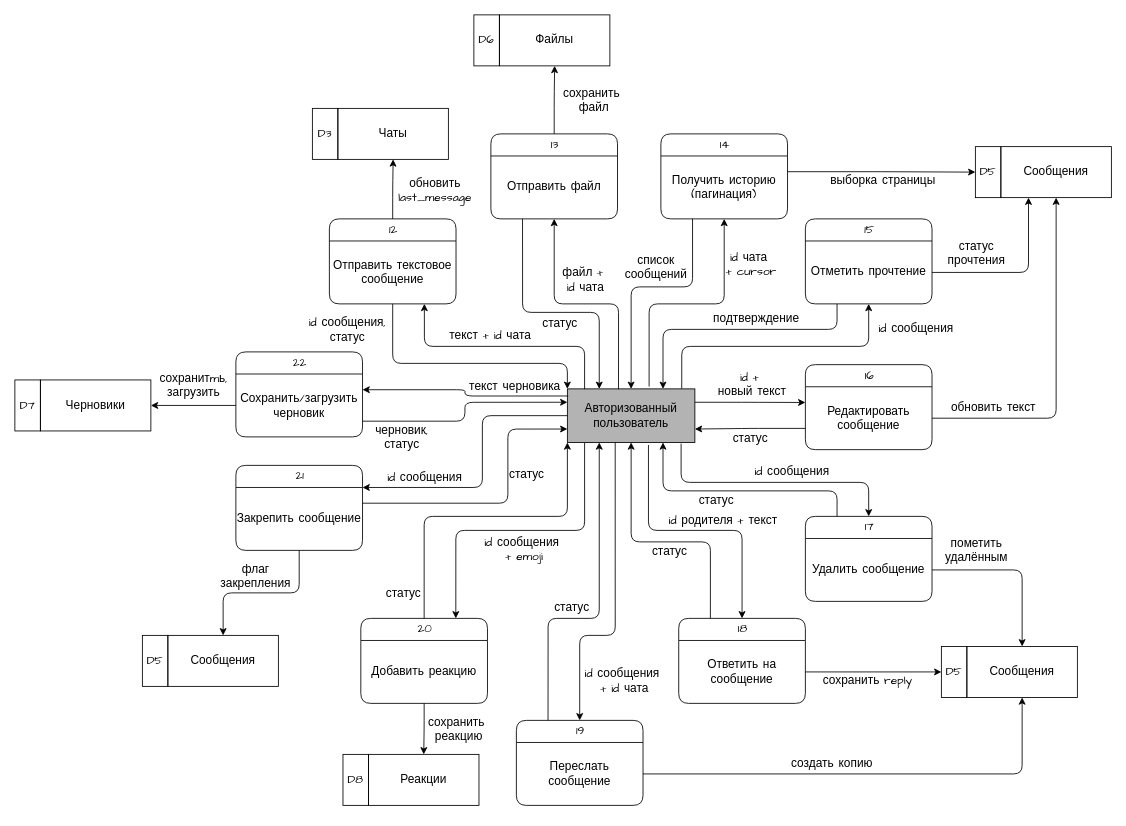
Above: page "DFD 1: обмен сообщениями" (4 of 8) of Практическая работа №1. DFD/Диаграммы DFD.drawio in art2535/project-activity-guap (draw.io), before the change. Source tidied: cells renumbered, new cells numbered last; positions are measured from the earlier drawing's top-left corner, leaving out a move shared by most shapes. Both pictures are drawn from the tidied source at 85%, with x=0, y=0 at pixel (14, 14).
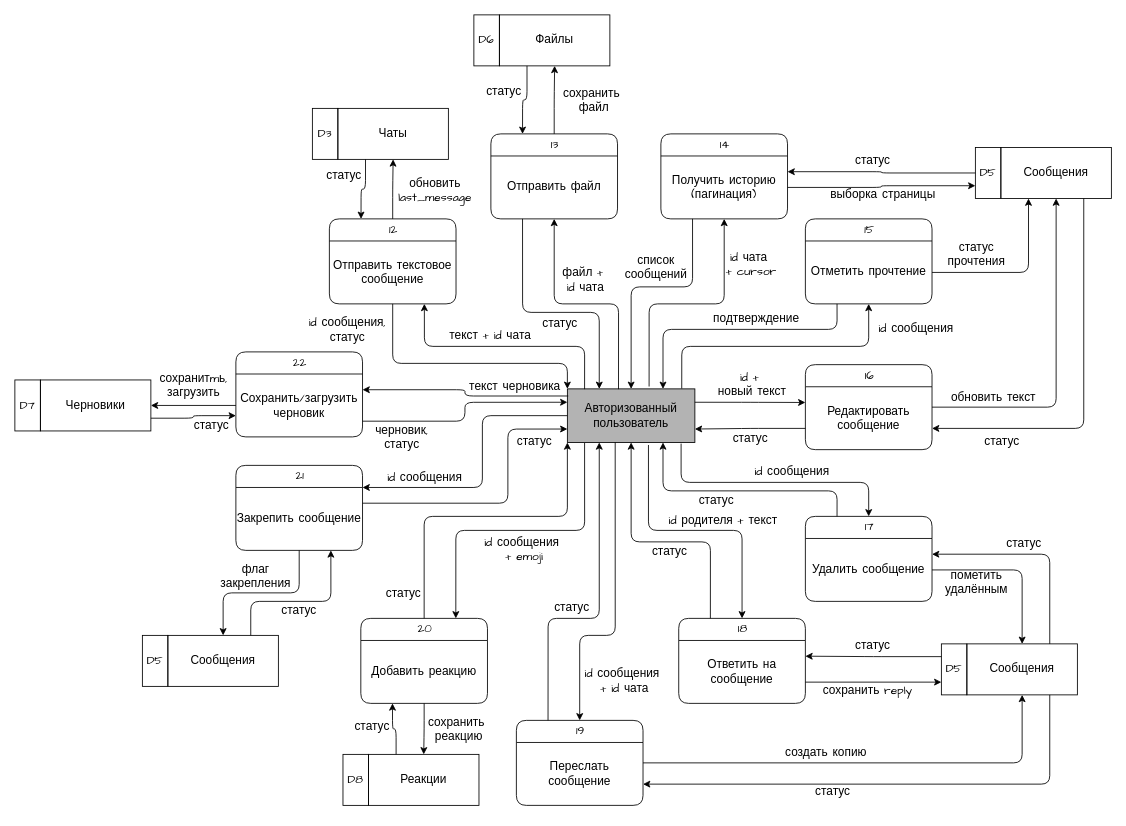
Above is the later version.

Unchanged cells that the change refers to:
```xml
<mxCell id="3" value="Получить историю (пагинация)" style="text;html=1;strokeColor=none;fillColor=none;align=center;verticalAlign=middle;whiteSpace=wrap;rounded=0;shadow=1;glass=0;sketch=0;fontFamily=Comic Sans MS;fontSize=14;" parent="2" vertex="1">
  <mxGeometry y="26" width="149" height="74" as="geometry" />
</mxCell>
<mxCell id="5" value="Удалить сообщение" style="text;html=1;strokeColor=none;fillColor=none;align=center;verticalAlign=middle;whiteSpace=wrap;rounded=0;shadow=1;glass=0;sketch=0;fontFamily=Comic Sans MS;fontSize=14;" parent="4" vertex="1">
  <mxGeometry y="26" width="149" height="74" as="geometry" />
</mxCell>
<mxCell id="6" value="18" style="swimlane;html=1;fontStyle=0;horizontal=1;startSize=26;fillColor=none;swimlaneFillColor=none;align=center;rounded=1;shadow=0;comic=0;labelBackgroundColor=none;strokeWidth=1;fontFamily=Comic Sans MS;fontSize=14;swimlaneLine=1;sketch=0;glass=0;" parent="1" vertex="1">
  <mxGeometry x="781" y="710" width="149" height="100" as="geometry" />
</mxCell>
<mxCell id="7" value="&lt;div style=&quot;&quot;&gt;Ответить на сообщение&lt;/div&gt;" style="text;html=1;strokeColor=none;fillColor=none;align=center;verticalAlign=middle;whiteSpace=wrap;rounded=0;shadow=1;glass=0;sketch=0;fontFamily=Comic Sans MS;fontSize=14;" parent="6" vertex="1">
  <mxGeometry y="26" width="149" height="74" as="geometry" />
</mxCell>
<mxCell id="9" value="Чаты" style="rounded=0;whiteSpace=wrap;html=1;shadow=0;glass=0;sketch=0;strokeWidth=1;fillColor=none;fontFamily=Comic Sans MS;fontSize=14;" parent="8" vertex="1">
  <mxGeometry x="30" width="130" height="60" as="geometry" />
</mxCell>
<mxCell id="11" value="16" style="swimlane;html=1;fontStyle=0;horizontal=1;startSize=26;fillColor=none;swimlaneFillColor=none;align=center;rounded=1;shadow=0;comic=0;labelBackgroundColor=none;strokeWidth=1;fontFamily=Comic Sans MS;fontSize=14;swimlaneLine=1;sketch=0;glass=0;" parent="1" vertex="1">
  <mxGeometry x="930" y="411.5" width="149" height="100" as="geometry" />
</mxCell>
<mxCell id="12" value="&lt;div style=&quot;&quot;&gt;Редактировать сообщение&lt;/div&gt;" style="text;html=1;strokeColor=none;fillColor=none;align=center;verticalAlign=middle;whiteSpace=wrap;rounded=0;shadow=1;glass=0;sketch=0;fontFamily=Comic Sans MS;fontSize=14;" parent="11" vertex="1">
  <mxGeometry y="26" width="149" height="74" as="geometry" />
</mxCell>
<mxCell id="17" value="Сообщения" style="rounded=0;whiteSpace=wrap;html=1;shadow=0;glass=0;sketch=0;strokeWidth=1;fillColor=none;fontFamily=Comic Sans MS;fontSize=14;" parent="16" vertex="1">
  <mxGeometry x="30" width="130" height="60" as="geometry" />
</mxCell>
<mxCell id="18" value="D5" style="rounded=0;whiteSpace=wrap;html=1;shadow=0;glass=0;sketch=0;strokeColor=#000000;strokeWidth=1;fillColor=none;fontFamily=Comic Sans MS;fontSize=14;" parent="16" vertex="1">
  <mxGeometry width="30" height="60" as="geometry" />
</mxCell>
<mxCell id="19" value="13" style="swimlane;html=1;fontStyle=0;horizontal=1;startSize=26;fillColor=none;swimlaneFillColor=none;align=center;rounded=1;shadow=0;comic=0;labelBackgroundColor=none;strokeWidth=1;fontFamily=Comic Sans MS;fontSize=14;swimlaneLine=1;sketch=0;glass=0;" parent="1" vertex="1">
  <mxGeometry x="560" y="140" width="149" height="100" as="geometry" />
</mxCell>
<mxCell id="21" value="12" style="swimlane;html=1;fontStyle=0;horizontal=1;startSize=26;fillColor=none;swimlaneFillColor=none;align=center;rounded=1;shadow=0;comic=0;labelBackgroundColor=none;strokeWidth=1;fontFamily=Comic Sans MS;fontSize=14;swimlaneLine=1;sketch=0;glass=0;" parent="1" vertex="1">
  <mxGeometry x="370" y="240" width="149" height="100" as="geometry" />
</mxCell>
<mxCell id="25" value="19" style="swimlane;html=1;fontStyle=0;horizontal=1;startSize=26;fillColor=none;swimlaneFillColor=none;align=center;rounded=1;shadow=0;comic=0;labelBackgroundColor=none;strokeWidth=1;fontFamily=Comic Sans MS;fontSize=14;swimlaneLine=1;sketch=0;glass=0;" parent="1" vertex="1">
  <mxGeometry x="590" y="830" width="149" height="100" as="geometry" />
</mxCell>
<mxCell id="26" value="&lt;div style=&quot;&quot;&gt;Переслать сообщение&lt;/div&gt;" style="text;html=1;strokeColor=none;fillColor=none;align=center;verticalAlign=middle;whiteSpace=wrap;rounded=0;shadow=1;glass=0;sketch=0;fontFamily=Comic Sans MS;fontSize=14;" parent="25" vertex="1">
  <mxGeometry y="26" width="149" height="74" as="geometry" />
</mxCell>
<mxCell id="27" value="20" style="swimlane;html=1;fontStyle=0;horizontal=1;startSize=26;fillColor=none;swimlaneFillColor=none;align=center;rounded=1;shadow=0;comic=0;labelBackgroundColor=none;strokeWidth=1;fontFamily=Comic Sans MS;fontSize=14;swimlaneLine=1;sketch=0;glass=0;" parent="1" vertex="1">
  <mxGeometry x="407" y="710" width="149" height="100" as="geometry" />
</mxCell>
<mxCell id="30" value="&lt;div style=&quot;&quot;&gt;Закрепить сообщение&lt;/div&gt;" style="text;html=1;strokeColor=none;fillColor=none;align=center;verticalAlign=middle;whiteSpace=wrap;rounded=0;shadow=1;glass=0;sketch=0;fontFamily=Comic Sans MS;fontSize=14;" parent="29" vertex="1">
  <mxGeometry y="26" width="149" height="74" as="geometry" />
</mxCell>
<mxCell id="31" value="22" style="swimlane;html=1;fontStyle=0;horizontal=1;startSize=26;fillColor=none;swimlaneFillColor=none;align=center;rounded=1;shadow=0;comic=0;labelBackgroundColor=none;strokeWidth=1;fontFamily=Comic Sans MS;fontSize=14;swimlaneLine=1;sketch=0;glass=0;" parent="1" vertex="1">
  <mxGeometry x="260" y="396.5" width="149" height="100" as="geometry" />
</mxCell>
<mxCell id="34" value="Файлы" style="rounded=0;whiteSpace=wrap;html=1;shadow=0;glass=0;sketch=0;strokeWidth=1;fillColor=none;fontFamily=Comic Sans MS;fontSize=14;" parent="33" vertex="1">
  <mxGeometry x="30" width="130" height="60" as="geometry" />
</mxCell>
<mxCell id="37" value="Черновики" style="rounded=0;whiteSpace=wrap;html=1;shadow=0;glass=0;sketch=0;strokeWidth=1;fillColor=none;fontFamily=Comic Sans MS;fontSize=14;" parent="36" vertex="1">
  <mxGeometry x="30" width="130" height="60" as="geometry" />
</mxCell>
<mxCell id="40" value="Реакции" style="rounded=0;whiteSpace=wrap;html=1;shadow=0;glass=0;sketch=0;strokeWidth=1;fillColor=none;fontFamily=Comic Sans MS;fontSize=14;" parent="39" vertex="1">
  <mxGeometry x="30" width="130" height="60" as="geometry" />
</mxCell>
<mxCell id="82" style="endArrow=classic;html=1;fontFamily=Comic Sans MS;fontSize=14;edgeStyle=orthogonalEdgeStyle;startArrow=none;startFill=0;endFill=1;exitX=1;exitY=0.25;exitDx=0;exitDy=0;entryX=0;entryY=0.75;entryDx=0;entryDy=0;" parent="1" edge="1" source="30" target="15">
  <mxGeometry relative="1" as="geometry">
    <Array as="points">
      <mxPoint x="580" y="574.5" />
      <mxPoint x="580" y="487.3" />
    </Array>
  </mxGeometry>
</mxCell>
<mxCell id="93" value="Сообщения" style="rounded=0;whiteSpace=wrap;html=1;shadow=0;glass=0;sketch=0;strokeWidth=1;fillColor=none;fontFamily=Comic Sans MS;fontSize=14;" parent="92" vertex="1">
  <mxGeometry x="30" width="130" height="60" as="geometry" />
</mxCell>
<mxCell id="94" value="D5" style="rounded=0;whiteSpace=wrap;html=1;shadow=0;glass=0;sketch=0;strokeColor=#000000;strokeWidth=1;fillColor=none;fontFamily=Comic Sans MS;fontSize=14;" parent="92" vertex="1">
  <mxGeometry width="30" height="60" as="geometry" />
</mxCell>
<mxCell id="96" value="Сообщения" style="rounded=0;whiteSpace=wrap;html=1;shadow=0;glass=0;sketch=0;strokeWidth=1;fillColor=none;fontFamily=Comic Sans MS;fontSize=14;" parent="95" vertex="1">
  <mxGeometry x="30" width="130" height="60" as="geometry" />
</mxCell>
<mxCell id="108" style="endArrow=classic;html=1;fontFamily=Comic Sans MS;fontSize=14;edgeStyle=orthogonalEdgeStyle;startArrow=none;startFill=0;endFill=1;exitX=1;exitY=0.5;exitDx=0;exitDy=0;entryX=0.5;entryY=0;entryDx=0;entryDy=0;" parent="1" edge="1" source="5" target="17">
  <mxGeometry relative="1" as="geometry" />
</mxCell>
```

Change to the diagram source:
```diff
@@
     <mxCell id="16" style="group;shadow=0;fontFamily=Comic Sans MS;fontSize=14;" parent="1" vertex="1">
-      <mxGeometry x="1090" y="743" width="160" height="60" as="geometry" />
+      <mxGeometry x="1090" y="740" width="160" height="60" as="geometry" />
     </mxCell>
@@
     <mxCell id="83" value="статус" style="edgeLabel;html=1;align=center;verticalAlign=middle;fontSize=14;fontFamily=Comic Sans MS;labelBackgroundColor=none;" parent="82" vertex="1">
       <mxGeometry x="0.32" y="-1" relative="1" as="geometry">
-        <mxPoint x="20" y="12" as="offset" />
+        <mxPoint x="29" y="-27" as="offset" />
       </mxGeometry>
     </mxCell>
@@
     <mxCell id="92" style="group;shadow=0;fontFamily=Comic Sans MS;fontSize=14;" parent="1" vertex="1">
-      <mxGeometry x="1130" y="155" width="160" height="60" as="geometry" />
+      <mxGeometry x="1130" y="156" width="160" height="60" as="geometry" />
     </mxCell>
@@
-    <mxCell id="100" style="endArrow=classic;html=1;fontFamily=Comic Sans MS;fontSize=14;edgeStyle=orthogonalEdgeStyle;startArrow=none;startFill=0;endFill=1;exitX=1;exitY=0.25;exitDx=0;exitDy=0;entryX=0;entryY=0.5;entryDx=0;entryDy=0;" parent="1" edge="1" source="3" target="94">
+    <mxCell id="100" style="endArrow=classic;html=1;fontFamily=Comic Sans MS;fontSize=14;edgeStyle=orthogonalEdgeStyle;startArrow=none;startFill=0;endFill=1;exitX=1;exitY=0.5;exitDx=0;exitDy=0;entryX=0;entryY=0.75;entryDx=0;entryDy=0;" parent="1" edge="1" source="3" target="94">
       <mxGeometry relative="1" as="geometry" />
     </mxCell>
@@
-    <mxCell id="104" style="endArrow=classic;html=1;fontFamily=Comic Sans MS;fontSize=14;edgeStyle=orthogonalEdgeStyle;startArrow=none;startFill=0;endFill=1;exitX=1;exitY=0.5;exitDx=0;exitDy=0;entryX=0.5;entryY=1;entryDx=0;entryDy=0;" parent="1" edge="1" source="12" target="93">
+    <mxCell id="104" style="endArrow=classic;html=1;fontFamily=Comic Sans MS;fontSize=14;edgeStyle=orthogonalEdgeStyle;startArrow=none;startFill=0;endFill=1;exitX=1;exitY=0.5;exitDx=0;exitDy=0;entryX=0.5;entryY=1;entryDx=0;entryDy=0;" parent="1" edge="1" source="11" target="93">
       <mxGeometry relative="1" as="geometry" />
     </mxCell>
     <mxCell id="105" value="обновить текст" style="edgeLabel;html=1;align=center;verticalAlign=middle;fontSize=14;fontFamily=Comic Sans MS;labelBackgroundColor=none;" parent="104" vertex="1">
       <mxGeometry x="0.32" y="-1" relative="1" as="geometry">
-        <mxPoint x="-76" y="109" as="offset" />
+        <mxPoint x="-76" y="101" as="offset" />
       </mxGeometry>
     </mxCell>
-    <mxCell id="106" style="endArrow=classic;html=1;fontFamily=Comic Sans MS;fontSize=14;edgeStyle=orthogonalEdgeStyle;startArrow=none;startFill=0;endFill=1;exitX=1;exitY=0.5;exitDx=0;exitDy=0;entryX=0;entryY=0.5;entryDx=0;entryDy=0;" parent="1" edge="1" source="7" target="18">
+    <mxCell id="106" style="endArrow=classic;html=1;fontFamily=Comic Sans MS;fontSize=14;edgeStyle=orthogonalEdgeStyle;startArrow=none;startFill=0;endFill=1;exitX=1;exitY=0.75;exitDx=0;exitDy=0;entryX=0;entryY=0.75;entryDx=0;entryDy=0;" parent="1" edge="1" source="6" target="18">
       <mxGeometry relative="1" as="geometry" />
     </mxCell>
@@
     <mxCell id="109" value="пометить&lt;div&gt;удалённым&lt;/div&gt;" style="edgeLabel;html=1;align=center;verticalAlign=middle;fontSize=14;fontFamily=Comic Sans MS;labelBackgroundColor=none;" parent="108" vertex="1">
       <mxGeometry x="0.32" y="-1" relative="1" as="geometry">
-        <mxPoint x="-54" y="-47" as="offset" />
+        <mxPoint x="-54" y="-7" as="offset" />
       </mxGeometry>
     </mxCell>
-    <mxCell id="110" style="endArrow=classic;html=1;fontFamily=Comic Sans MS;fontSize=14;edgeStyle=orthogonalEdgeStyle;startArrow=none;startFill=0;endFill=1;exitX=1;exitY=0.5;exitDx=0;exitDy=0;entryX=0.5;entryY=1;entryDx=0;entryDy=0;" parent="1" edge="1" source="26" target="17">
+    <mxCell id="110" style="endArrow=classic;html=1;fontFamily=Comic Sans MS;fontSize=14;edgeStyle=orthogonalEdgeStyle;startArrow=none;startFill=0;endFill=1;exitX=1;exitY=0.5;exitDx=0;exitDy=0;entryX=0.5;entryY=1;entryDx=0;entryDy=0;" parent="1" edge="1" source="25" target="17">
       <mxGeometry relative="1" as="geometry" />
     </mxCell>
@@
+    <mxCell id="112" style="endArrow=classic;html=1;fontFamily=Comic Sans MS;fontSize=14;edgeStyle=orthogonalEdgeStyle;startArrow=none;startFill=0;endFill=1;exitX=0.75;exitY=0;exitDx=0;exitDy=0;entryX=1;entryY=0.25;entryDx=0;entryDy=0;" parent="1" edge="1" source="17" target="5">
+      <mxGeometry relative="1" as="geometry" />
+    </mxCell>
+    <mxCell id="113" value="статус" style="edgeLabel;html=1;align=center;verticalAlign=middle;fontSize=14;fontFamily=Comic Sans MS;labelBackgroundColor=none;" parent="112" vertex="1">
+      <mxGeometry x="0.32" y="-1" relative="1" as="geometry">
+        <mxPoint x="24" y="-12" as="offset" />
+      </mxGeometry>
+    </mxCell>
+    <mxCell id="114" style="endArrow=classic;html=1;fontFamily=Comic Sans MS;fontSize=14;edgeStyle=orthogonalEdgeStyle;startArrow=none;startFill=0;endFill=1;exitX=0.75;exitY=1;exitDx=0;exitDy=0;entryX=1;entryY=0.75;entryDx=0;entryDy=0;" parent="1" edge="1" source="17" target="25">
+      <mxGeometry relative="1" as="geometry" />
+    </mxCell>
+    <mxCell id="115" value="статус" style="edgeLabel;html=1;align=center;verticalAlign=middle;fontSize=14;fontFamily=Comic Sans MS;labelBackgroundColor=none;" parent="114" vertex="1">
+      <mxGeometry x="0.32" y="-1" relative="1" as="geometry">
+        <mxPoint x="24" y="9" as="offset" />
+      </mxGeometry>
+    </mxCell>
+    <mxCell id="116" style="endArrow=classic;html=1;fontFamily=Comic Sans MS;fontSize=14;edgeStyle=orthogonalEdgeStyle;startArrow=none;startFill=0;endFill=1;exitX=0.25;exitY=0;exitDx=0;exitDy=0;entryX=0.25;entryY=1;entryDx=0;entryDy=0;" parent="1" edge="1" source="40" target="27">
+      <mxGeometry relative="1" as="geometry" />
+    </mxCell>
+    <mxCell id="117" value="статус" style="edgeLabel;html=1;align=center;verticalAlign=middle;fontSize=14;fontFamily=Comic Sans MS;labelBackgroundColor=none;" parent="116" vertex="1">
+      <mxGeometry x="0.32" y="-1" relative="1" as="geometry">
+        <mxPoint x="-26" y="5" as="offset" />
+      </mxGeometry>
+    </mxCell>
+    <mxCell id="118" style="endArrow=classic;html=1;fontFamily=Comic Sans MS;fontSize=14;edgeStyle=orthogonalEdgeStyle;startArrow=none;startFill=0;endFill=1;exitX=0.75;exitY=1;exitDx=0;exitDy=0;entryX=1;entryY=0.75;entryDx=0;entryDy=0;" parent="1" edge="1" source="93" target="11">
+      <mxGeometry relative="1" as="geometry" />
+    </mxCell>
+    <mxCell id="119" value="статус" style="edgeLabel;html=1;align=center;verticalAlign=middle;fontSize=14;fontFamily=Comic Sans MS;labelBackgroundColor=none;" parent="118" vertex="1">
+      <mxGeometry x="0.32" y="-1" relative="1" as="geometry">
+        <mxPoint x="-72" y="17" as="offset" />
+      </mxGeometry>
+    </mxCell>
+    <mxCell id="120" style="endArrow=classic;html=1;fontFamily=Comic Sans MS;fontSize=14;edgeStyle=orthogonalEdgeStyle;startArrow=none;startFill=0;endFill=1;exitX=0.75;exitY=0;exitDx=0;exitDy=0;entryX=0.75;entryY=1;entryDx=0;entryDy=0;" parent="1" edge="1" source="96" target="30">
+      <mxGeometry relative="1" as="geometry">
+        <Array as="points">
+          <mxPoint x="277.6" y="690" />
+          <mxPoint x="371.9" y="690" />
+        </Array>
+      </mxGeometry>
+    </mxCell>
+    <mxCell id="121" value="статус" style="edgeLabel;html=1;align=center;verticalAlign=middle;fontSize=14;fontFamily=Comic Sans MS;labelBackgroundColor=none;" parent="120" vertex="1">
+      <mxGeometry x="0.32" y="-1" relative="1" as="geometry">
+        <mxPoint x="-32" y="9" as="offset" />
+      </mxGeometry>
+    </mxCell>
+    <mxCell id="122" style="endArrow=classic;html=1;fontFamily=Comic Sans MS;fontSize=14;edgeStyle=orthogonalEdgeStyle;startArrow=none;startFill=0;endFill=1;exitX=0;exitY=0.25;exitDx=0;exitDy=0;entryX=1;entryY=0.25;entryDx=0;entryDy=0;" parent="1" edge="1" source="18" target="7">
+      <mxGeometry relative="1" as="geometry" />
+    </mxCell>
+    <mxCell id="123" value="статус" style="edgeLabel;html=1;align=center;verticalAlign=middle;fontSize=14;fontFamily=Comic Sans MS;labelBackgroundColor=none;" parent="122" vertex="1">
+      <mxGeometry x="0.32" y="-1" relative="1" as="geometry">
+        <mxPoint x="24" y="-12" as="offset" />
+      </mxGeometry>
+    </mxCell>
+    <mxCell id="124" style="endArrow=classic;html=1;fontFamily=Comic Sans MS;fontSize=14;edgeStyle=orthogonalEdgeStyle;startArrow=none;startFill=0;endFill=1;exitX=0.25;exitY=1;exitDx=0;exitDy=0;entryX=0.25;entryY=0;entryDx=0;entryDy=0;" parent="1" edge="1" source="9" target="21">
+      <mxGeometry relative="1" as="geometry" />
+    </mxCell>
+    <mxCell id="125" value="статус" style="edgeLabel;html=1;align=center;verticalAlign=middle;fontSize=14;fontFamily=Comic Sans MS;labelBackgroundColor=none;" parent="124" vertex="1">
+      <mxGeometry x="0.32" y="-1" relative="1" as="geometry">
+        <mxPoint x="-20" y="-25" as="offset" />
+      </mxGeometry>
+    </mxCell>
+    <mxCell id="126" style="endArrow=classic;html=1;fontFamily=Comic Sans MS;fontSize=14;edgeStyle=orthogonalEdgeStyle;startArrow=none;startFill=0;endFill=1;exitX=0.25;exitY=1;exitDx=0;exitDy=0;entryX=0.25;entryY=0;entryDx=0;entryDy=0;" parent="1" edge="1" source="34" target="19">
+      <mxGeometry relative="1" as="geometry" />
+    </mxCell>
+    <mxCell id="127" value="статус" style="edgeLabel;html=1;align=center;verticalAlign=middle;fontSize=14;fontFamily=Comic Sans MS;labelBackgroundColor=none;" parent="126" vertex="1">
+      <mxGeometry x="0.32" y="-1" relative="1" as="geometry">
+        <mxPoint x="-22" y="-20" as="offset" />
+      </mxGeometry>
+    </mxCell>
+    <mxCell id="128" style="endArrow=classic;html=1;fontFamily=Comic Sans MS;fontSize=14;edgeStyle=orthogonalEdgeStyle;startArrow=none;startFill=0;endFill=1;exitX=0;exitY=0.5;exitDx=0;exitDy=0;entryX=1;entryY=0.25;entryDx=0;entryDy=0;" parent="1" edge="1" source="94" target="3">
+      <mxGeometry relative="1" as="geometry" />
+    </mxCell>
+    <mxCell id="129" value="статус" style="edgeLabel;html=1;align=center;verticalAlign=middle;fontSize=14;fontFamily=Comic Sans MS;labelBackgroundColor=none;" parent="128" vertex="1">
+      <mxGeometry x="0.32" y="-1" relative="1" as="geometry">
+        <mxPoint x="24" y="-12" as="offset" />
+      </mxGeometry>
+    </mxCell>
+    <mxCell id="130" style="endArrow=classic;html=1;fontFamily=Comic Sans MS;fontSize=14;edgeStyle=orthogonalEdgeStyle;startArrow=none;startFill=0;endFill=1;exitX=1;exitY=0.75;exitDx=0;exitDy=0;entryX=0;entryY=0.75;entryDx=0;entryDy=0;" parent="1" edge="1" source="37" target="31">
+      <mxGeometry relative="1" as="geometry" />
+    </mxCell>
+    <mxCell id="131" value="статус" style="edgeLabel;html=1;align=center;verticalAlign=middle;fontSize=14;fontFamily=Comic Sans MS;labelBackgroundColor=none;" parent="130" vertex="1">
+      <mxGeometry x="0.32" y="-1" relative="1" as="geometry">
+        <mxPoint x="5" y="11" as="offset" />
+      </mxGeometry>
+    </mxCell>
```
